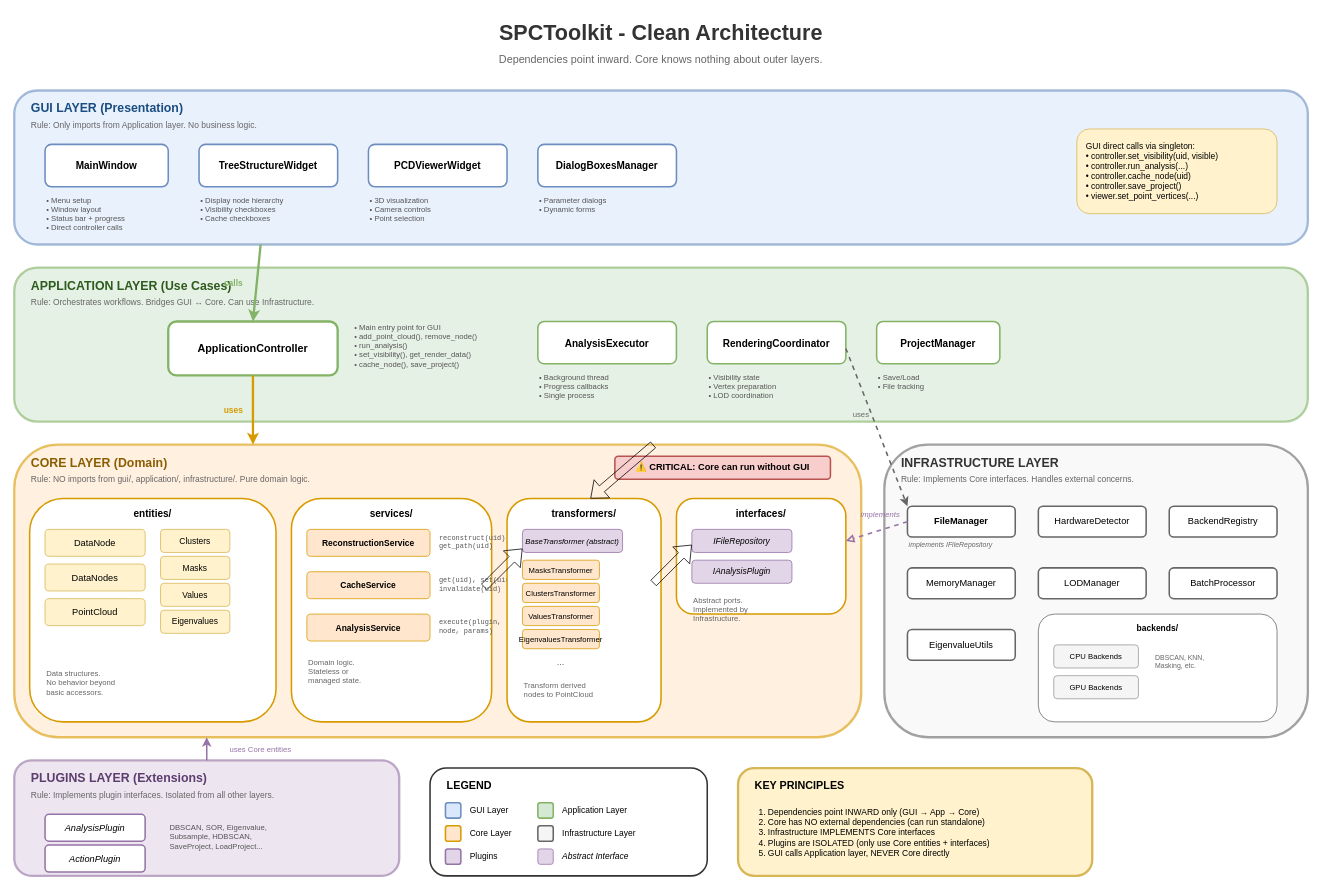
Earlier version of the draw.io diagram docs/architecture_concept.drawio (Sepehr-Sobhani-AU/SPCToolkit). Source tidied: cells renumbered, new cells numbered last; positions are measured from the earlier drawing's top-left corner, leaving out a move shared by most shapes. Both pictures are drawn from the tidied source at 77%, with x=0, y=0 at pixel (14, 13).
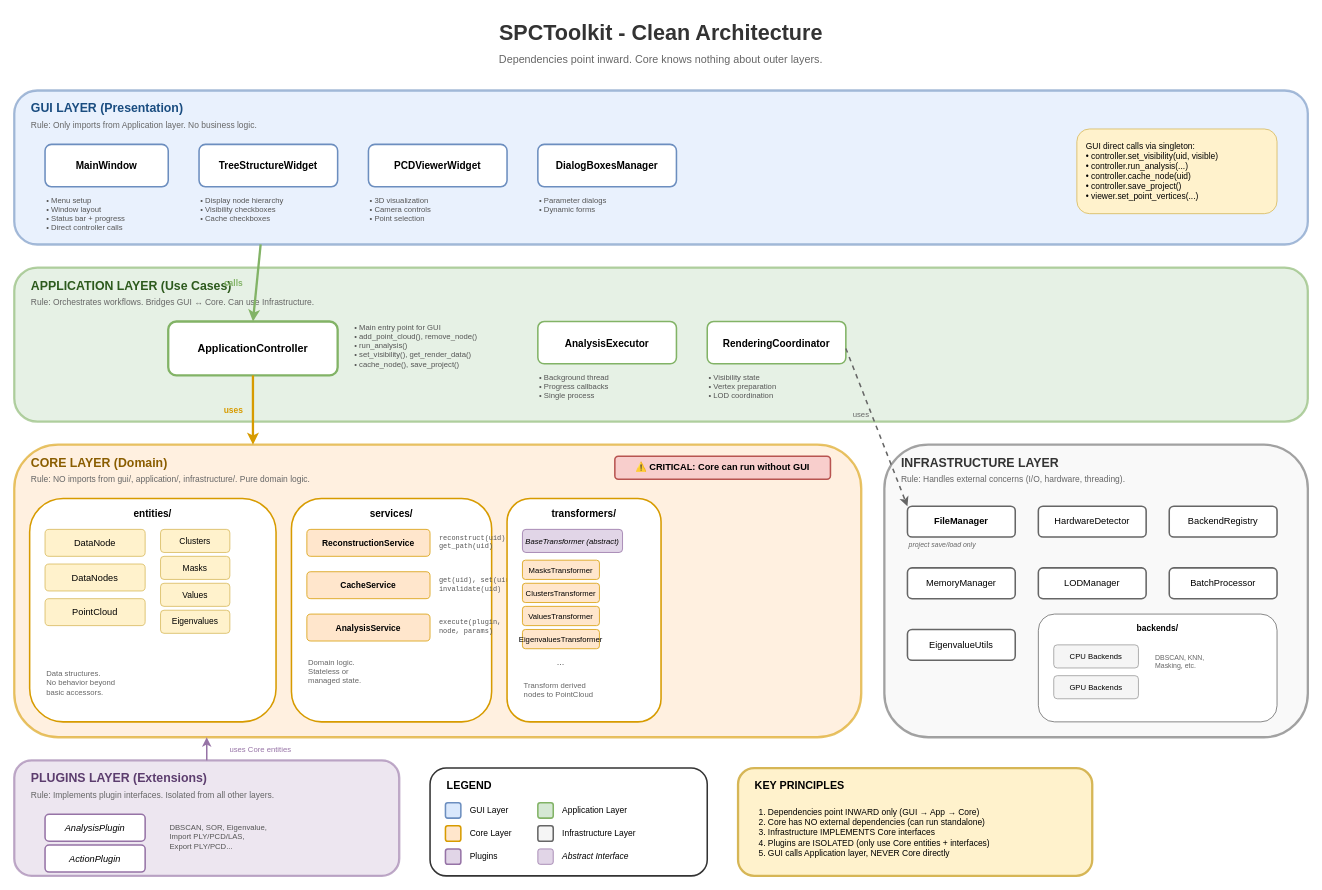
The same page after the edit.

Commit message:
Remove core/interfaces and ProjectManager from architecture

- Remove core/interfaces/ section (no IFileRepository, IAnalysisPlugin)
  Plugin interfaces stay in plugins/interfaces.py
- Remove ProjectManager from Application layer
  All functionality comes from plugins (save/load project are ActionPlugins)
- Update Infrastructure rule: "Handles external concerns (I/O, hardware, threading)"
- Update FileManager note: "project save/load only"
- Update plugin examples to show Import/Export plugins
- Remove "implements" arrow from Infrastructure to Core

The edit, as a diff of the source:
```diff
@@
-    <mxCell id="25" value="ProjectManager" style="rounded=1;whiteSpace=wrap;html=1;fillColor=#ffffff;strokeColor=#82b366;strokeWidth=2;fontStyle=1;fontSize=13;" parent="1" vertex="1">
-      <mxGeometry x="1120" y="400" width="160" height="55" as="geometry" />
-    </mxCell>
-    <mxCell id="26" value="• Save/Load&#10;• File tracking" style="text;html=1;strokeColor=none;fillColor=none;align=left;verticalAlign=top;whiteSpace=wrap;rounded=0;fontSize=10;fontColor=#555555;" parent="1" vertex="1">
-      <mxGeometry x="1120" y="460" width="160" height="40" as="geometry" />
-    </mxCell>
@@
-    <mxCell id="56" value="interfaces/" style="rounded=1;whiteSpace=wrap;html=1;fillColor=#ffffff;strokeColor=#d79b00;strokeWidth=2;fontStyle=1;fontSize=13;verticalAlign=top;spacingTop=5;" parent="1" vertex="1">
-      <mxGeometry x="860" y="630" width="220" height="150" as="geometry" />
-    </mxCell>
-    <mxCell id="57" value="IFileRepository" style="rounded=1;whiteSpace=wrap;html=1;fillColor=#e1d5e7;strokeColor=#9673a6;strokeWidth=1;fontSize=11;fontStyle=2;" parent="1" vertex="1">
-      <mxGeometry x="880" y="670" width="130" height="30" as="geometry" />
-    </mxCell>
-    <mxCell id="58" value="IAnalysisPlugin" style="rounded=1;whiteSpace=wrap;html=1;fillColor=#e1d5e7;strokeColor=#9673a6;strokeWidth=1;fontSize=11;fontStyle=2;" parent="1" vertex="1">
-      <mxGeometry x="880" y="710" width="130" height="30" as="geometry" />
-    </mxCell>
-    <mxCell id="59" value="Abstract ports.&#10;Implemented by&#10;Infrastructure." style="text;html=1;strokeColor=none;fillColor=none;align=left;verticalAlign=top;whiteSpace=wrap;rounded=0;fontSize=10;fontColor=#666666;" parent="1" vertex="1">
-      <mxGeometry x="880" y="750" width="120" height="50" as="geometry" />
-    </mxCell>
@@
-    <mxCell id="62" value="Rule: Implements Core interfaces. Handles external concerns." style="text;html=1;strokeColor=none;fillColor=none;align=left;verticalAlign=middle;whiteSpace=wrap;rounded=0;fontSize=11;fontColor=#666666;" parent="1" vertex="1">
+    <mxCell id="62" value="Rule: Handles external concerns (I/O, hardware, threading)." style="text;html=1;strokeColor=none;fillColor=none;align=left;verticalAlign=middle;whiteSpace=wrap;rounded=0;fontSize=11;fontColor=#666666;" parent="1" vertex="1">
       <mxGeometry x="1150" y="595" width="400" height="20" as="geometry" />
     </mxCell>
@@
-    <mxCell id="64" value="implements IFileRepository" style="text;html=1;strokeColor=none;fillColor=none;align=left;verticalAlign=middle;whiteSpace=wrap;rounded=0;fontSize=9;fontColor=#666666;fontStyle=2;" parent="1" vertex="1">
+    <mxCell id="64" value="project save/load only" style="text;html=1;strokeColor=none;fillColor=none;align=left;verticalAlign=middle;whiteSpace=wrap;rounded=0;fontSize=9;fontColor=#666666;fontStyle=2;" parent="1" vertex="1">
       <mxGeometry x="1160" y="680" width="140" height="20" as="geometry" />
     </mxCell>
@@
-    <mxCell id="80" value="DBSCAN, SOR, Eigenvalue,&#10;Subsample, HDBSCAN,&#10;SaveProject, LoadProject..." style="text;html=1;strokeColor=none;fillColor=none;align=left;verticalAlign=top;whiteSpace=wrap;rounded=0;fontSize=10;fontColor=#555555;" parent="1" vertex="1">
+    <mxCell id="80" value="DBSCAN, SOR, Eigenvalue,&#10;Import PLY/PCD/LAS,&#10;Export PLY/PCD..." style="text;html=1;strokeColor=none;fillColor=none;align=left;verticalAlign=top;whiteSpace=wrap;rounded=0;fontSize=10;fontColor=#555555;" parent="1" vertex="1">
       <mxGeometry x="200" y="1045" width="180" height="60" as="geometry" />
     </mxCell>
@@
-    <mxCell id="87" style="endArrow=block;html=1;strokeWidth=2;strokeColor=#9673a6;exitX=0;exitY=0.5;entryX=1;entryY=0.5;dashed=1;endFill=0;" parent="1" edge="1">
-      <mxGeometry relative="1" as="geometry">
-        <mxPoint x="1160" y="660" as="sourcePoint" />
-        <mxPoint x="1080" y="685" as="targetPoint" />
-      </mxGeometry>
-    </mxCell>
-    <mxCell id="88" value="implements" style="text;html=1;strokeColor=none;fillColor=none;align=center;verticalAlign=middle;whiteSpace=wrap;rounded=0;fontSize=10;fontColor=#9673a6;fontStyle=2;" parent="1" vertex="1">
-      <mxGeometry x="1090" y="640" width="70" height="20" as="geometry" />
-    </mxCell>
@@
-    <mxCell id="108" style="shape=flexArrow;endArrow=classic;html=1;rounded=0;entryX=0.25;entryY=0;entryDx=0;entryDy=0;" parent="1" edge="1">
-      <mxGeometry relative="1" as="geometry">
-        <mxPoint x="830" y="560" as="sourcePoint" />
-        <mxPoint x="748.3" y="630" as="targetPoint" />
-      </mxGeometry>
-    </mxCell>
-    <mxCell id="109" style="shape=flexArrow;endArrow=classic;html=1;rounded=0;" parent="1" edge="1">
-      <mxGeometry relative="1" as="geometry">
-        <mxPoint x="610" y="745" as="sourcePoint" />
-        <mxPoint x="660" y="695" as="targetPoint" />
-      </mxGeometry>
-    </mxCell>
-    <mxCell id="110" style="shape=flexArrow;endArrow=classic;html=1;rounded=0;" parent="1" edge="1">
-      <mxGeometry relative="1" as="geometry">
-        <mxPoint x="830" y="740" as="sourcePoint" />
-        <mxPoint x="880" y="690" as="targetPoint" />
-      </mxGeometry>
-    </mxCell>
```
